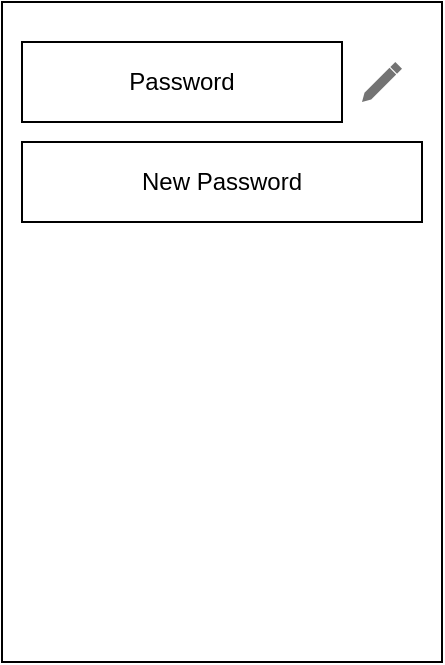
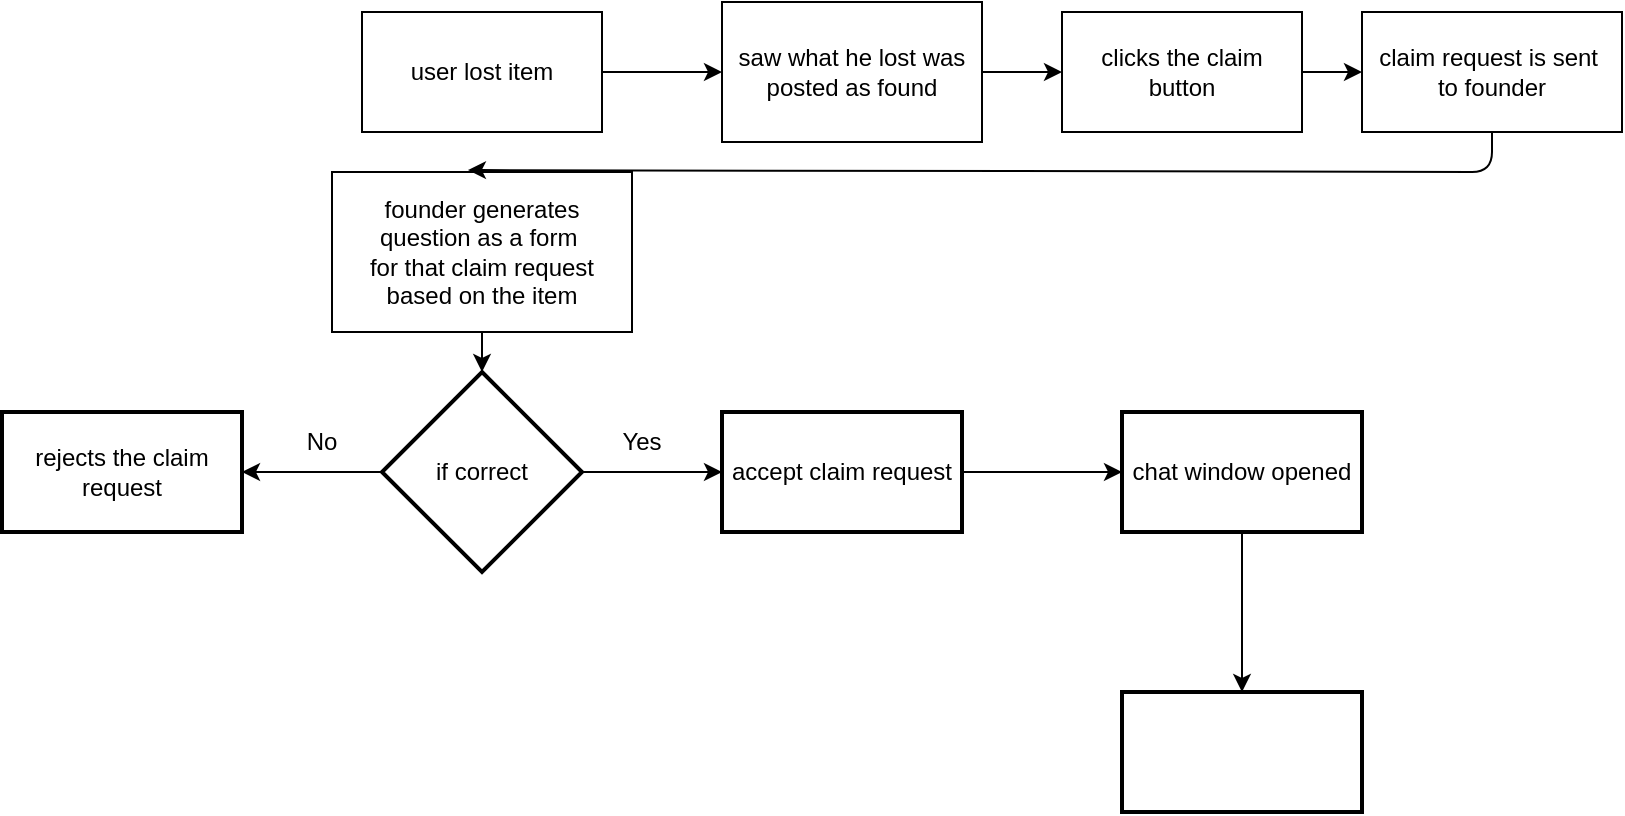
<mxfile host="65bd71144e">
    <diagram id="sjTv0YCN3FJlPjP7VC1Z" name="Page-1">
-         <mxGraphModel dx="662" dy="475" grid="1" gridSize="10" guides="1" tooltips="1" connect="1" arrows="1" fold="1" page="1" pageScale="1" pageWidth="850" pageHeight="1100" math="0" shadow="0">
+         <mxGraphModel dx="1722" dy="475" grid="1" gridSize="10" guides="1" tooltips="1" connect="1" arrows="1" fold="1" page="1" pageScale="1" pageWidth="850" pageHeight="1100" math="0" shadow="0">
            <root>
                <mxCell id="0"/>
                <mxCell id="1" parent="0"/>
-                 <mxCell id="2" value="" style="rounded=0;whiteSpace=wrap;html=1;" parent="1" vertex="1">
-                     <mxGeometry x="80" y="50" width="220" height="330" as="geometry"/>
+                 <mxCell id="12" value="" style="edgeStyle=none;html=1;" edge="1" parent="1" source="5" target="6">
+                     <mxGeometry relative="1" as="geometry"/>
                </mxCell>
-                 <mxCell id="3" value="Password" style="rounded=0;whiteSpace=wrap;html=1;" parent="1" vertex="1">
-                     <mxGeometry x="90" y="70" width="160" height="40" as="geometry"/>
+                 <mxCell id="5" value="user lost item" style="rounded=0;whiteSpace=wrap;html=1;" vertex="1" parent="1">
+                     <mxGeometry x="100" y="130" width="120" height="60" as="geometry"/>
                </mxCell>
-                 <mxCell id="4" value="New Password" style="rounded=0;whiteSpace=wrap;html=1;" parent="1" vertex="1">
-                     <mxGeometry x="90" y="120" width="200" height="40" as="geometry"/>
+                 <mxCell id="13" value="" style="edgeStyle=none;html=1;" edge="1" parent="1" source="6" target="7">
+                     <mxGeometry relative="1" as="geometry"/>
                </mxCell>
-                 <mxCell id="5" value="" style="html=1;dashed=0;aspect=fixed;verticalLabelPosition=bottom;verticalAlign=top;align=center;shape=mxgraph.gmdl.edit;strokeColor=none;fillColor=#737373;shadow=0;sketch=0;" vertex="1" parent="1">
-                     <mxGeometry x="260" y="80" width="20" height="20" as="geometry"/>
+                 <mxCell id="6" value="saw what he lost was&lt;div&gt;posted as found&lt;/div&gt;" style="rounded=0;whiteSpace=wrap;html=1;" vertex="1" parent="1">
+                     <mxGeometry x="280" y="125" width="130" height="70" as="geometry"/>
+                 </mxCell>
+                 <mxCell id="14" value="" style="edgeStyle=none;html=1;" edge="1" parent="1" source="7" target="8">
+                     <mxGeometry relative="1" as="geometry"/>
+                 </mxCell>
+                 <mxCell id="7" value="clicks the claim&lt;div&gt;button&lt;/div&gt;" style="rounded=0;whiteSpace=wrap;html=1;" vertex="1" parent="1">
+                     <mxGeometry x="450" y="130" width="120" height="60" as="geometry"/>
+                 </mxCell>
+                 <mxCell id="8" value="claim request is sent&amp;nbsp;&lt;div&gt;to founder&lt;/div&gt;" style="rounded=0;whiteSpace=wrap;html=1;" vertex="1" parent="1">
+                     <mxGeometry x="600" y="130" width="130" height="60" as="geometry"/>
+                 </mxCell>
+                 <mxCell id="17" value="" style="edgeStyle=none;html=1;" edge="1" parent="1" source="9" target="16">
+                     <mxGeometry relative="1" as="geometry"/>
+                 </mxCell>
+                 <mxCell id="9" value="founder generates&lt;div&gt;question as a form&amp;nbsp;&lt;/div&gt;&lt;div&gt;for that claim request&lt;/div&gt;&lt;div&gt;based on the item&lt;/div&gt;" style="rounded=0;whiteSpace=wrap;html=1;" vertex="1" parent="1">
+                     <mxGeometry x="85" y="210" width="150" height="80" as="geometry"/>
+                 </mxCell>
+                 <mxCell id="15" style="edgeStyle=none;html=1;entryX=0.453;entryY=-0.012;entryDx=0;entryDy=0;entryPerimeter=0;" edge="1" parent="1" source="8" target="9">
+                     <mxGeometry relative="1" as="geometry">
+                         <mxPoint x="150" y="250" as="targetPoint"/>
+                         <Array as="points">
+                             <mxPoint x="665" y="210"/>
+                         </Array>
+                     </mxGeometry>
+                 </mxCell>
+                 <mxCell id="19" value="" style="edgeStyle=none;html=1;" edge="1" parent="1" source="16" target="18">
+                     <mxGeometry relative="1" as="geometry"/>
+                 </mxCell>
+                 <mxCell id="21" value="" style="edgeStyle=none;html=1;" edge="1" parent="1" source="16" target="20">
+                     <mxGeometry relative="1" as="geometry"/>
+                 </mxCell>
+                 <mxCell id="16" value="if correct" style="strokeWidth=2;html=1;shape=mxgraph.flowchart.decision;whiteSpace=wrap;" vertex="1" parent="1">
+                     <mxGeometry x="110" y="310" width="100" height="100" as="geometry"/>
+                 </mxCell>
+                 <mxCell id="18" value="rejects the claim request" style="whiteSpace=wrap;html=1;strokeWidth=2;" vertex="1" parent="1">
+                     <mxGeometry x="-80" y="330" width="120" height="60" as="geometry"/>
+                 </mxCell>
+                 <mxCell id="25" value="" style="edgeStyle=none;html=1;" edge="1" parent="1" source="20" target="24">
+                     <mxGeometry relative="1" as="geometry"/>
+                 </mxCell>
+                 <mxCell id="20" value="accept claim request" style="whiteSpace=wrap;html=1;strokeWidth=2;" vertex="1" parent="1">
+                     <mxGeometry x="280" y="330" width="120" height="60" as="geometry"/>
+                 </mxCell>
+                 <mxCell id="22" value="No" style="text;html=1;align=center;verticalAlign=middle;whiteSpace=wrap;rounded=0;" vertex="1" parent="1">
+                     <mxGeometry x="50" y="330" width="60" height="30" as="geometry"/>
+                 </mxCell>
+                 <mxCell id="23" value="Yes" style="text;html=1;align=center;verticalAlign=middle;whiteSpace=wrap;rounded=0;" vertex="1" parent="1">
+                     <mxGeometry x="210" y="330" width="60" height="30" as="geometry"/>
+                 </mxCell>
+                 <mxCell id="29" value="" style="edgeStyle=none;html=1;" edge="1" parent="1" source="24" target="28">
+                     <mxGeometry relative="1" as="geometry"/>
+                 </mxCell>
+                 <mxCell id="24" value="chat window opened" style="whiteSpace=wrap;html=1;strokeWidth=2;" vertex="1" parent="1">
+                     <mxGeometry x="480" y="330" width="120" height="60" as="geometry"/>
+                 </mxCell>
+                 <mxCell id="28" value="" style="whiteSpace=wrap;html=1;strokeWidth=2;" vertex="1" parent="1">
+                     <mxGeometry x="480" y="470" width="120" height="60" as="geometry"/>
                </mxCell>
            </root>
        </mxGraphModel>
    </diagram>
</mxfile>